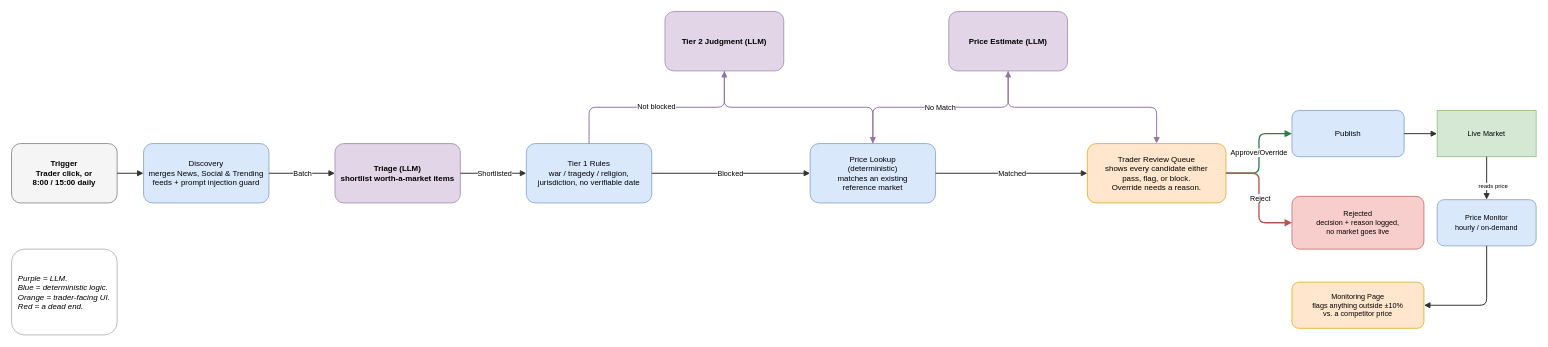
Before: docs/workflow-diagram.drawio in mehtakaran/novelty-markets, a draw.io diagram. Source tidied: cells renumbered, new cells numbered last; positions are measured from the earlier drawing's top-left corner, leaving out a move shared by most shapes. Both pictures are drawn from the tidied source at 66%, with x=0, y=0 at pixel (11, 11).
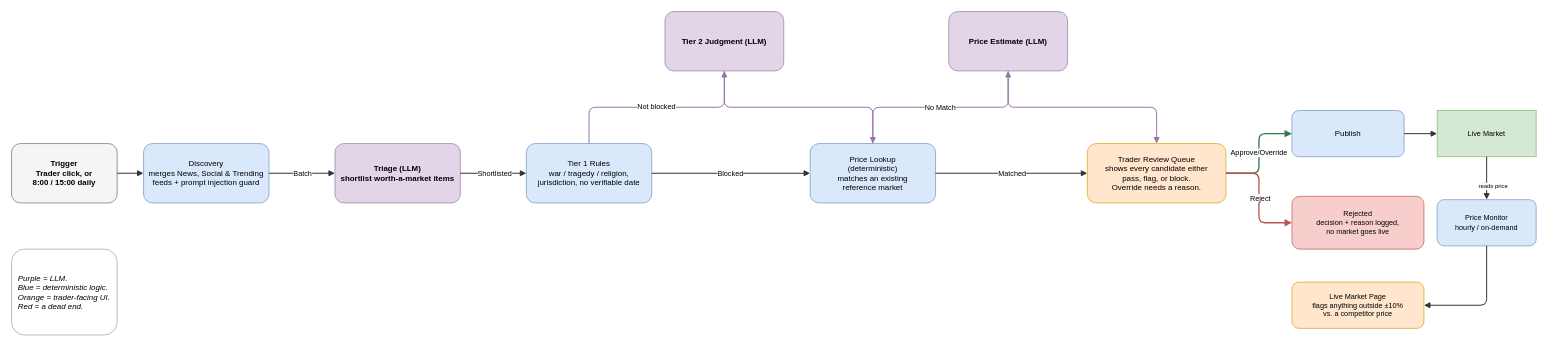
The same diagram, later.

Diff of the diagram source:
```diff
@@
-    <mxCell id="14" value="Monitoring Page&#10;flags anything outside ±10%&#10;vs. a competitor price" style="rounded=1;whiteSpace=wrap;html=1;fillColor=#FFE6CC;strokeColor=#D79B00;fontSize=11;" parent="1" vertex="1">
+    <mxCell id="14" value="Live Market Page&lt;br&gt;flags anything outside ±10%&lt;br&gt;vs. a competitor price" style="rounded=1;whiteSpace=wrap;html=1;fillColor=#FFE6CC;strokeColor=#D79B00;fontSize=11;" parent="1" vertex="1">
       <mxGeometry x="1940" y="410" width="200" height="70" as="geometry" />
     </mxCell>
```
